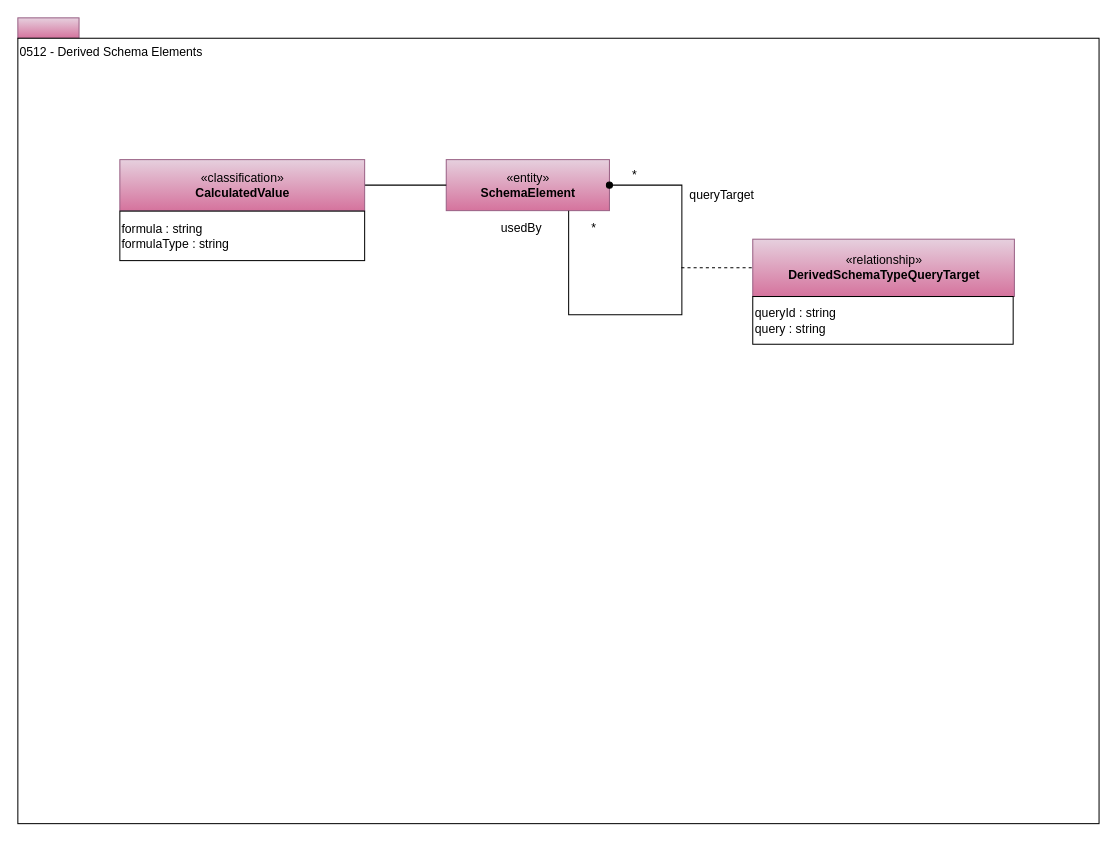
Earlier version of the draw.io diagram page "0512-Derived-Schema-Elements" (8 of 34) of site/docs/types/5/area-5-models-and-schema.drawio (odpi/egeria-docs). Source tidied: cells renumbered, new cells numbered last; positions are measured from the earlier drawing's top-left corner, leaving out a move shared by most shapes. Both pictures are drawn from the tidied source at 102%, with x=0, y=0 at pixel (17, 17).
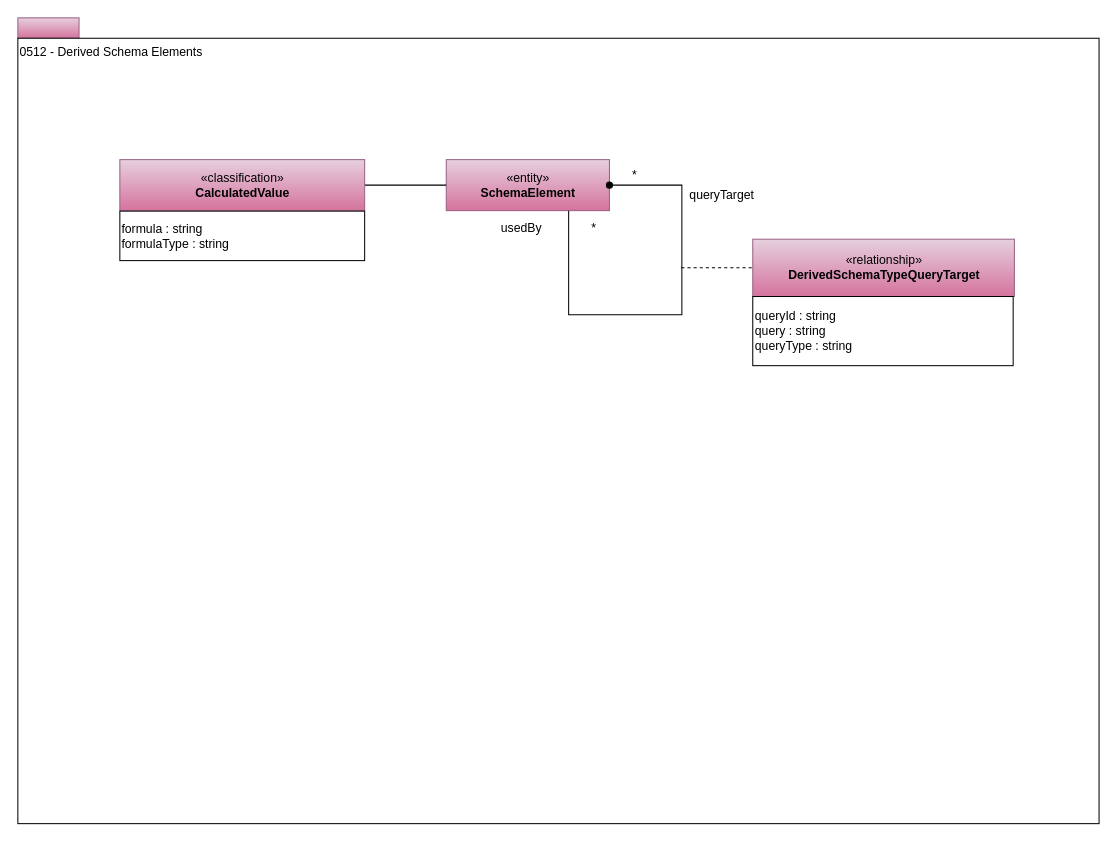
The same diagram, later.

The edit, as a diff of the source:
```diff
@@
 <mxGraphModel>
   <root>
     <mxCell id="0" />
     <mxCell id="1" parent="0" />
     <mxCell id="2" style="rounded=0;whiteSpace=wrap;html=1;align=left;fillColor=#e6d0de;strokeColor=#996185;gradientColor=#d5739d;" parent="1" vertex="1">
       <mxGeometry width="60" height="20" as="geometry" />
     </mxCell>
     <mxCell id="3" value="0512 - Derived Schema Elements" style="rounded=0;whiteSpace=wrap;html=1;align=left;verticalAlign=top;" parent="1" vertex="1">
       <mxGeometry y="20" width="1060" height="770" as="geometry" />
     </mxCell>
     <mxCell id="4" value="«entity»&lt;br&gt;&lt;b&gt;SchemaElement&lt;/b&gt;" style="html=1;strokeColor=#996185;align=center;fillColor=#e6d0de;gradientColor=#d5739d;" parent="1" vertex="1">
       <mxGeometry x="420" y="139" width="160" height="50" as="geometry" />
     </mxCell>
     <mxCell id="5" value="*" style="text;html=1;strokeColor=none;fillColor=none;align=center;verticalAlign=middle;whiteSpace=wrap;rounded=0;" parent="1" vertex="1">
       <mxGeometry x="584.5" y="144" width="40" height="20" as="geometry" />
     </mxCell>
     <mxCell id="6" value="queryTarget" style="text;html=1;strokeColor=none;fillColor=none;align=center;verticalAlign=middle;whiteSpace=wrap;rounded=0;" parent="1" vertex="1">
       <mxGeometry x="629" y="164" width="123" height="20" as="geometry" />
     </mxCell>
     <mxCell id="7" value="*" style="text;html=1;strokeColor=none;fillColor=none;align=center;verticalAlign=middle;whiteSpace=wrap;rounded=0;" parent="1" vertex="1">
       <mxGeometry x="544.5" y="196" width="40" height="20" as="geometry" />
     </mxCell>
     <mxCell id="8" value="usedBy" style="text;html=1;strokeColor=none;fillColor=none;align=center;verticalAlign=middle;whiteSpace=wrap;rounded=0;" parent="1" vertex="1">
       <mxGeometry x="455" y="196" width="78" height="20" as="geometry" />
     </mxCell>
     <mxCell id="9" style="endArrow=none;dashed=1;html=1;entryX=0;entryY=0.5;entryDx=0;entryDy=0;" parent="1" edge="1" target="11">
       <mxGeometry relative="1" as="geometry">
         <mxPoint x="650.5" y="245" as="sourcePoint" />
       </mxGeometry>
     </mxCell>
     <mxCell id="10" style="group;" parent="1" vertex="1">
-      <mxGeometry x="720.5" y="217" width="256.5" height="103" as="geometry" />
+      <mxGeometry x="720.5" y="217" width="256.5" height="124" as="geometry" />
     </mxCell>
     <mxCell id="11" value="«relationship»&lt;br&gt;&lt;b&gt;DerivedSchemaTypeQueryTarget&lt;/b&gt;" style="html=1;strokeColor=#996185;align=center;fillColor=#e6d0de;gradientColor=#d5739d;" parent="10" vertex="1">
       <mxGeometry width="256.5" height="56.2" as="geometry" />
     </mxCell>
-    <mxCell id="12" value="&lt;div style=&quot;text-align: left&quot;&gt;&lt;span&gt;queryId : string&lt;/span&gt;&lt;/div&gt;&lt;div style=&quot;text-align: left&quot;&gt;&lt;span&gt;query : string&lt;/span&gt;&lt;/div&gt;" style="rounded=0;whiteSpace=wrap;html=1;strokeColor=#000000;gradientColor=#ffffff;align=left;" parent="10" vertex="1">
-      <mxGeometry y="56.2" width="255.3" height="46.8" as="geometry" />
+    <mxCell id="12" value="&lt;div style=&quot;text-align: left&quot;&gt;&lt;span&gt;queryId : string&lt;/span&gt;&lt;/div&gt;&lt;div style=&quot;text-align: left&quot;&gt;&lt;span&gt;query : string&lt;/span&gt;&lt;/div&gt;&lt;div style=&quot;text-align: left&quot;&gt;&lt;span&gt;queryType : string&lt;/span&gt;&lt;/div&gt;" style="rounded=0;whiteSpace=wrap;html=1;strokeColor=#000000;gradientColor=#ffffff;align=left;" parent="10" vertex="1">
+      <mxGeometry y="56.2" width="255.3" height="67.8" as="geometry" />
     </mxCell>
     <mxCell id="13" style="edgeStyle=orthogonalEdgeStyle;rounded=0;jettySize=auto;html=1;exitX=1;exitY=0.5;exitDx=0;exitDy=0;entryX=0;entryY=0.5;entryDx=0;entryDy=0;startSize=6;endArrow=none;endFill=0;endSize=16;" parent="1" edge="1" source="14" target="4">
       <mxGeometry relative="1" as="geometry" />
     </mxCell>
     <mxCell id="14" value="«classification»&lt;br&gt;&lt;b&gt;CalculatedValue&lt;/b&gt;" style="html=1;strokeColor=#996185;align=center;fillColor=#e6d0de;gradientColor=#d5739d;" parent="1" vertex="1">
       <mxGeometry x="100" y="139" width="240" height="50" as="geometry" />
     </mxCell>
     <mxCell id="15" value="&lt;span style=&quot;white-space: normal&quot;&gt;formula : string&lt;br&gt;formulaType : string&lt;br&gt;&lt;/span&gt;" style="rounded=0;whiteSpace=wrap;html=1;strokeColor=#000000;gradientColor=#ffffff;align=left;" parent="1" vertex="1">
       <mxGeometry x="100" y="189.5" width="240" height="48.5" as="geometry" />
     </mxCell>
     <mxCell id="16" style="edgeStyle=orthogonalEdgeStyle;rounded=0;orthogonalLoop=1;jettySize=auto;html=1;exitX=1;exitY=0.5;exitDx=0;exitDy=0;endArrow=none;endFill=0;entryX=0.75;entryY=1;entryDx=0;entryDy=0;startArrow=oval;startFill=1;" parent="1" edge="1" source="4" target="4">
       <mxGeometry relative="1" as="geometry">
         <Array as="points">
           <mxPoint x="651" y="164" />
           <mxPoint x="651" y="291" />
           <mxPoint x="540" y="291" />
         </Array>
       </mxGeometry>
     </mxCell>
   </root>
 </mxGraphModel>
```
